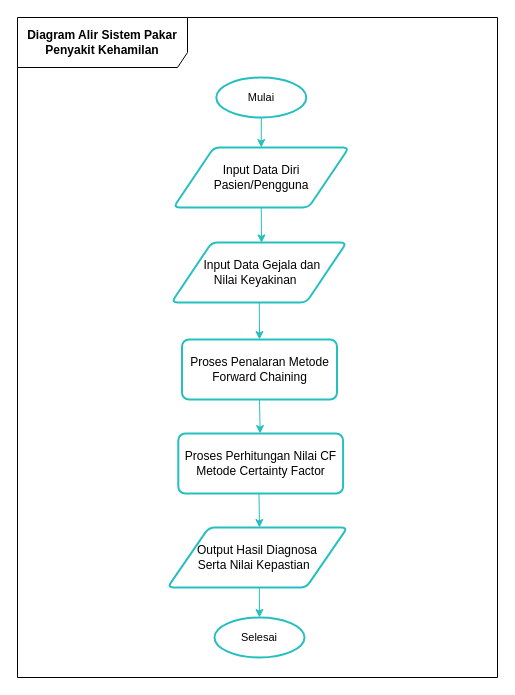
The draw.io diagram page "Diagram Alir" (11 of 32) of Diagram Tanpa Judul.drawio in RyanRamadhan11/drawio, before the edit. Source tidied: cells renumbered, new cells numbered last; positions are measured from the earlier drawing's top-left corner, leaving out a move shared by most shapes. Both pictures are drawn from the tidied source at 100%, with x=0, y=0 at pixel (17, 17).
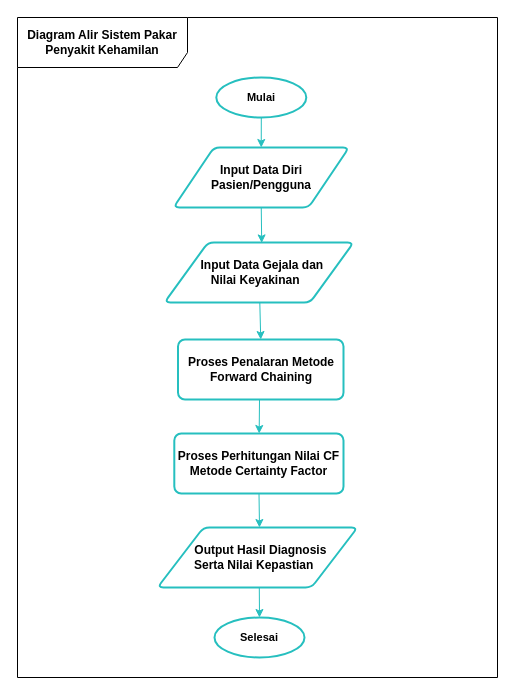
After the change.

The edit, as a diff of the source:
```diff
@@
 <mxGraphModel>
   <root>
     <mxCell id="0" />
     <mxCell id="1" parent="0" />
     <mxCell id="2" value="&lt;b&gt;Diagram Alir Sistem Pakar Penyakit Kehamilan&lt;/b&gt;" style="shape=umlFrame;whiteSpace=wrap;html=1;width=170;height=50;" parent="1" vertex="1">
       <mxGeometry width="480" height="660" as="geometry" />
     </mxCell>
-    <mxCell id="3" value="&lt;font style=&quot;font-size: 11px;&quot;&gt;Mulai&lt;/font&gt;" style="strokeWidth=2;html=1;shape=mxgraph.flowchart.start_1;whiteSpace=wrap;fillColor=none;strokeColor=#26BFBF;" parent="1" vertex="1">
+    <mxCell id="3" value="&lt;font style=&quot;font-size: 11px;&quot;&gt;Mulai&lt;/font&gt;" style="strokeWidth=2;html=1;shape=mxgraph.flowchart.start_1;whiteSpace=wrap;fillColor=default;strokeColor=#26BFBF;fontStyle=1;" parent="1" vertex="1">
       <mxGeometry x="198.8" y="60" width="90" height="40" as="geometry" />
     </mxCell>
     <mxCell id="4" style="endArrow=classic;html=1;rounded=0;exitX=0.5;exitY=1;exitDx=0;exitDy=0;exitPerimeter=0;entryX=0.5;entryY=0;entryDx=0;entryDy=0;strokeColor=#26BFBF;" parent="1" edge="1" source="3" target="5">
       <mxGeometry relative="1" as="geometry" />
     </mxCell>
-    <mxCell id="5" value="Input Data Diri Pasien/Pengguna" style="shape=parallelogram;html=1;strokeWidth=2;perimeter=parallelogramPerimeter;whiteSpace=wrap;rounded=1;arcSize=12;size=0.23;strokeColor=#26BFBF;fillColor=none;" parent="1" vertex="1">
+    <mxCell id="5" value="Input Data Diri Pasien/Pengguna" style="shape=parallelogram;html=1;strokeWidth=2;perimeter=parallelogramPerimeter;whiteSpace=wrap;rounded=1;arcSize=12;size=0.23;strokeColor=#26BFBF;fillColor=none;fontStyle=1;" parent="1" vertex="1">
       <mxGeometry x="156" y="130" width="175.5" height="60" as="geometry" />
     </mxCell>
     <mxCell id="6" style="endArrow=classic;html=1;rounded=0;exitX=0.5;exitY=1;exitDx=0;exitDy=0;entryX=0.514;entryY=0.007;entryDx=0;entryDy=0;entryPerimeter=0;strokeColor=#26BFBF;" parent="1" edge="1" source="5" target="7">
       <mxGeometry relative="1" as="geometry" />
     </mxCell>
-    <mxCell id="7" value="&amp;nbsp; Input Data Gejala dan &lt;br&gt;Nilai Keyakinan&amp;nbsp;&amp;nbsp;" style="shape=parallelogram;html=1;strokeWidth=2;perimeter=parallelogramPerimeter;whiteSpace=wrap;rounded=1;arcSize=12;size=0.23;strokeColor=#26BFBF;fillColor=none;" parent="1" vertex="1">
-      <mxGeometry x="154" y="225" width="175.1" height="60" as="geometry" />
+    <mxCell id="7" value="&amp;nbsp; Input Data Gejala dan &lt;br&gt;Nilai Keyakinan&amp;nbsp;&amp;nbsp;" style="shape=parallelogram;html=1;strokeWidth=2;perimeter=parallelogramPerimeter;whiteSpace=wrap;rounded=1;arcSize=12;size=0.23;strokeColor=#26BFBF;fillColor=none;fontStyle=1;" parent="1" vertex="1">
+      <mxGeometry x="147" y="225" width="189.1" height="60" as="geometry" />
     </mxCell>
     <mxCell id="8" style="endArrow=classic;html=1;rounded=0;entryX=0.5;entryY=0;entryDx=0;entryDy=0;strokeColor=#26BFBF;" parent="1" edge="1" source="7" target="9">
       <mxGeometry relative="1" as="geometry" />
     </mxCell>
-    <mxCell id="9" value="Proses Penalaran Metode&lt;br&gt;Forward Chaining" style="rounded=1;whiteSpace=wrap;html=1;absoluteArcSize=1;arcSize=14;strokeWidth=2;strokeColor=#26BFBF;fillColor=none;" parent="1" vertex="1">
-      <mxGeometry x="164.5" y="322" width="155" height="60" as="geometry" />
+    <mxCell id="9" value="Proses Penalaran Metode&lt;br&gt;Forward Chaining" style="rounded=1;whiteSpace=wrap;html=1;absoluteArcSize=1;arcSize=14;strokeWidth=2;strokeColor=#26BFBF;fillColor=none;fontStyle=1;" parent="1" vertex="1">
+      <mxGeometry x="160.5" y="322" width="165.5" height="60" as="geometry" />
     </mxCell>
-    <mxCell id="10" value="Proses Perhitungan Nilai CF&lt;br&gt;Metode Certainty Factor" style="rounded=1;whiteSpace=wrap;html=1;absoluteArcSize=1;arcSize=14;strokeWidth=2;strokeColor=#26BFBF;fillColor=none;" parent="1" vertex="1">
-      <mxGeometry x="160.8" y="416" width="164.8" height="60" as="geometry" />
+    <mxCell id="10" value="Proses Perhitungan Nilai CF&lt;br&gt;Metode Certainty Factor" style="rounded=1;whiteSpace=wrap;html=1;absoluteArcSize=1;arcSize=14;strokeWidth=2;strokeColor=#26BFBF;fillColor=none;fontStyle=1;" parent="1" vertex="1">
+      <mxGeometry x="156.8" y="416" width="169.2" height="60" as="geometry" />
     </mxCell>
     <mxCell id="11" style="endArrow=classic;html=1;rounded=0;exitX=0.5;exitY=1;exitDx=0;exitDy=0;strokeColor=#26BFBF;" parent="1" edge="1" target="10">
       <mxGeometry relative="1" as="geometry">
         <mxPoint x="242" y="382" as="sourcePoint" />
       </mxGeometry>
     </mxCell>
-    <mxCell id="12" value="Output Hasil Diagnosa&lt;br&gt;Serta Nilai Kepastian&amp;nbsp;&amp;nbsp;" style="shape=parallelogram;html=1;strokeWidth=2;perimeter=parallelogramPerimeter;whiteSpace=wrap;rounded=1;arcSize=12;size=0.23;strokeColor=#26BFBF;fillColor=none;" parent="1" vertex="1">
-      <mxGeometry x="150" y="510" width="180" height="60" as="geometry" />
+    <mxCell id="12" value="&amp;nbsp; Output Hasil Diagnosis&lt;br&gt;Serta Nilai Kepastian&amp;nbsp;&amp;nbsp;" style="shape=parallelogram;html=1;strokeWidth=2;perimeter=parallelogramPerimeter;whiteSpace=wrap;rounded=1;arcSize=12;size=0.23;strokeColor=#26BFBF;fillColor=none;fontStyle=1;" parent="1" vertex="1">
+      <mxGeometry x="140" y="510" width="200" height="60" as="geometry" />
     </mxCell>
     <mxCell id="13" style="endArrow=classic;html=1;rounded=0;exitX=0.5;exitY=1;exitDx=0;exitDy=0;strokeColor=#26BFBF;" parent="1" edge="1">
       <mxGeometry relative="1" as="geometry">
         <mxPoint x="241.5" y="476" as="sourcePoint" />
         <mxPoint x="242" y="510" as="targetPoint" />
       </mxGeometry>
     </mxCell>
     <mxCell id="14" style="endArrow=classic;html=1;rounded=0;exitX=0.5;exitY=1;exitDx=0;exitDy=0;entryX=0.5;entryY=0;entryDx=0;entryDy=0;entryPerimeter=0;strokeColor=#26BFBF;" parent="1" edge="1" target="15">
       <mxGeometry relative="1" as="geometry">
         <mxPoint x="241.8" y="570" as="sourcePoint" />
       </mxGeometry>
     </mxCell>
-    <mxCell id="15" value="&lt;font style=&quot;font-size: 11px;&quot;&gt;Selesai&lt;/font&gt;" style="strokeWidth=2;html=1;shape=mxgraph.flowchart.start_1;whiteSpace=wrap;fillColor=none;strokeColor=#26BFBF;" parent="1" vertex="1">
+    <mxCell id="15" value="&lt;font style=&quot;font-size: 11px;&quot;&gt;Selesai&lt;/font&gt;" style="strokeWidth=2;html=1;shape=mxgraph.flowchart.start_1;whiteSpace=wrap;fillColor=none;strokeColor=#26BFBF;fontStyle=1;" parent="1" vertex="1">
       <mxGeometry x="197" y="600" width="90" height="40" as="geometry" />
     </mxCell>
   </root>
 </mxGraphModel>
```
